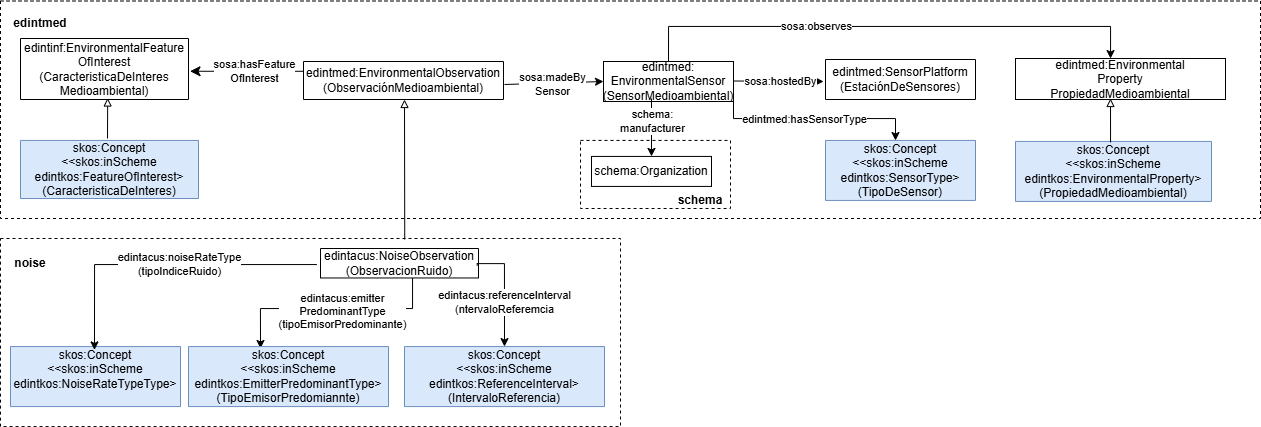
Earlier version of the draw.io export diagrams/diagram.png (oeg-upm/edint-ontologia-contaminacion-acustica). Source tidied: cells renumbered, new cells last; positions are measured from the earlier drawing's top-left corner, leaving out a move shared by most shapes. Source of this version:
```xml
<mxGraphModel>
  <root>
    <mxCell id="0" />
    <mxCell id="1" parent="0" />
    <mxCell id="2" style="rounded=0;whiteSpace=wrap;html=1;fillColor=none;dashed=1;" parent="1" vertex="1">
      <mxGeometry y="238" width="620" height="188.1" as="geometry" />
    </mxCell>
    <mxCell id="3" style="rounded=0;whiteSpace=wrap;html=1;fillColor=none;dashed=1;fontSize=12;" parent="1" vertex="1">
      <mxGeometry y="0.5" width="1260" height="217.5" as="geometry" />
    </mxCell>
    <mxCell id="4" value="edintmed:&lt;div&gt;EnvironmentalSensor (SensorMedioambiental)&lt;/div&gt;" style="rounded=0;whiteSpace=wrap;html=1;strokeColor=#000000;" parent="1" vertex="1">
      <mxGeometry x="603" y="61" width="130" height="40" as="geometry" />
    </mxCell>
    <mxCell id="5" style="endArrow=classic;html=1;rounded=0;entryX=0.5;entryY=0;entryDx=0;entryDy=0;edgeStyle=orthogonalEdgeStyle;" parent="1" edge="1" target="13">
      <mxGeometry relative="1" as="geometry">
        <mxPoint x="651" y="98" as="sourcePoint" />
      </mxGeometry>
    </mxCell>
    <mxCell id="6" value="schema:&lt;div&gt;manufacturer&lt;/div&gt;" style="edgeLabel;html=1;align=center;verticalAlign=middle;" parent="5" vertex="1">
      <mxGeometry x="-0.12" y="-1" relative="1" as="geometry">
        <mxPoint x="1" y="-3" as="offset" />
      </mxGeometry>
    </mxCell>
    <mxCell id="7" style="endArrow=none;html=1;rounded=0;exitX=0;exitY=0.5;exitDx=0;exitDy=0;fontSize=12;endFill=0;startArrow=classic;startFill=1;entryX=1.005;entryY=0.605;entryDx=0;entryDy=0;entryPerimeter=0;" parent="1" edge="1" source="4" target="17">
      <mxGeometry relative="1" as="geometry" />
    </mxCell>
    <mxCell id="8" value="sosa:madeBy&lt;div&gt;Sensor&lt;/div&gt;" style="edgeLabel;html=1;align=center;verticalAlign=middle;fontSize=11;" parent="7" vertex="1">
      <mxGeometry x="-0.27" y="1" relative="1" as="geometry">
        <mxPoint x="-16" as="offset" />
      </mxGeometry>
    </mxCell>
    <mxCell id="9" value="edintinf:EnvironmentalFeature&lt;div&gt;OfInterest&lt;br&gt;&lt;div&gt;(CaracteristicaDeInteres&lt;/div&gt;&lt;div&gt;Medioambiental)&lt;/div&gt;&lt;/div&gt;" style="verticalAlign=middle;align=center;vsdxID=334;shape=(stored shape, 160 characters);labelBackgroundColor=none;rounded=0;html=1;whiteSpace=wrap;fontSize=12;" parent="1" vertex="1">
      <mxGeometry x="20" y="38" width="168" height="61" as="geometry" />
    </mxCell>
    <mxCell id="10" style="edgeStyle=segmentEdgeStyle;endArrow=none;html=1;curved=0;rounded=0;endSize=8;startSize=8;sourcePerimeterSpacing=0;targetPerimeterSpacing=0;endFill=0;startArrow=classic;startFill=1;fontSize=12;exitX=1.009;exitY=0.537;exitDx=0;exitDy=0;exitPerimeter=0;entryX=0;entryY=0.579;entryDx=0;entryDy=0;entryPerimeter=0;" parent="1" edge="1" source="9" target="17">
      <mxGeometry relative="1" as="geometry" />
    </mxCell>
    <mxCell id="11" value="sosa:hasFeature&lt;div&gt;OfInterest&lt;/div&gt;" style="edgeLabel;html=1;align=center;verticalAlign=middle;fontSize=11;" parent="10" vertex="1">
      <mxGeometry x="0.5" y="-1" relative="1" as="geometry">
        <mxPoint x="-30" y="-1" as="offset" />
      </mxGeometry>
    </mxCell>
    <mxCell id="12" style="rounded=0;whiteSpace=wrap;html=1;fillColor=none;dashed=1;" parent="1" vertex="1">
      <mxGeometry x="580" y="139.9" width="150" height="68.1" as="geometry" />
    </mxCell>
    <mxCell id="13" value="schema:Organization" style="rounded=0;whiteSpace=wrap;html=1;snapToPoint=1;points=[[0.1,0],[0.2,0],[0.3,0],[0.4,0],[0.5,0],[0.6,0],[0.7,0],[0.8,0],[0.9,0],[0,0.1],[0,0.3],[0,0.5],[0,0.7],[0,0.9],[0.1,1],[0.2,1],[0.3,1],[0.4,1],[0.5,1],[0.6,1],[0.7,1],[0.8,1],[0.9,1],[1,0.1],[1,0.3],[1,0.5],[1,0.7],[1,0.9]];" parent="1" vertex="1">
      <mxGeometry x="591" y="155.9" width="120" height="30" as="geometry" />
    </mxCell>
    <mxCell id="14" value="schema" style="text;html=1;whiteSpace=wrap;strokeColor=none;fillColor=none;align=center;verticalAlign=middle;rounded=0;fontStyle=1;fontSize=12;" parent="1" vertex="1">
      <mxGeometry x="670" y="189.9" width="60" height="20" as="geometry" />
    </mxCell>
    <mxCell id="15" value="&lt;font style=&quot;color: rgb(0, 0, 0); direction: ltr; letter-spacing: 0px; line-height: 120%; opacity: 1;&quot;&gt;edintmed:SensorPlatform&lt;/font&gt;&lt;div&gt;&lt;font style=&quot;color: rgb(0, 0, 0); direction: ltr; letter-spacing: 0px; line-height: 120%; opacity: 1;&quot;&gt;(EstaciónDeSensores)&lt;/font&gt;&lt;/div&gt;" style="verticalAlign=middle;align=center;vsdxID=334;shape=(stored shape, 160 characters);labelBackgroundColor=none;rounded=0;html=1;whiteSpace=wrap;fontSize=12;strokeColor=#000000;" parent="1" vertex="1">
      <mxGeometry x="825" y="59" width="150" height="40" as="geometry" />
    </mxCell>
    <mxCell id="16" value="&lt;div&gt;skos:Concept&lt;/div&gt;&lt;div&gt;&amp;lt;&amp;lt;skos:inScheme edintkos:EnvironmentalProperty&amp;gt;&lt;/div&gt;&lt;div&gt;(PropiedadMedioambiental)&lt;/div&gt;" style="verticalAlign=middle;align=center;vsdxID=334;shape=(stored shape, 160 characters);labelBackgroundColor=none;rounded=0;html=1;whiteSpace=wrap;fillColor=#dae8fc;strokeColor=#6c8ebf;" parent="1" vertex="1">
      <mxGeometry x="1015" y="140.9" width="196" height="60" as="geometry" />
    </mxCell>
    <mxCell id="17" value="&lt;font style=&quot;color: rgb(0, 0, 0); direction: ltr; letter-spacing: 0px; line-height: 120%; opacity: 1;&quot;&gt;edintmed:EnvironmentalObservation&lt;/font&gt;&lt;div&gt;&lt;font style=&quot;color: rgb(0, 0, 0); direction: ltr; letter-spacing: 0px; line-height: 120%; opacity: 1;&quot;&gt;(ObservaciónMedioambiental)&lt;/font&gt;&lt;/div&gt;" style="verticalAlign=middle;align=center;vsdxID=334;shape=(stored shape, 160 characters);labelBackgroundColor=none;rounded=0;html=1;whiteSpace=wrap;fontSize=12;strokeColor=#000000;" parent="1" vertex="1">
      <mxGeometry x="303" y="61" width="200" height="38" as="geometry" />
    </mxCell>
    <mxCell id="18" value="&lt;div&gt;skos:Concept&lt;/div&gt;&lt;div&gt;&amp;lt;&amp;lt;skos:inScheme edintkos:SensorType&amp;gt;&lt;/div&gt;&lt;div&gt;(TipoDeSensor)&lt;/div&gt;" style="verticalAlign=middle;align=center;vsdxID=334;shape=(stored shape, 160 characters);labelBackgroundColor=none;rounded=0;html=1;whiteSpace=wrap;fillColor=#dae8fc;strokeColor=#6c8ebf;" parent="1" vertex="1">
      <mxGeometry x="825" y="139.9" width="150" height="60" as="geometry" />
    </mxCell>
    <mxCell id="19" style="edgeStyle=orthogonalEdgeStyle;rounded=0;jettySize=auto;html=1;entryX=0.36;entryY=0.032;entryDx=0;entryDy=0;entryPerimeter=0;" parent="1" edge="1" source="21" target="33">
      <mxGeometry relative="1" as="geometry">
        <Array as="points">
          <mxPoint x="412" y="308" />
          <mxPoint x="260" y="308" />
        </Array>
      </mxGeometry>
    </mxCell>
    <mxCell id="20" value="edintacus:emitter&lt;div&gt;PredominantType&lt;/div&gt;&lt;div&gt;(tipoEmisorPredominante)&lt;/div&gt;" style="edgeLabel;html=1;align=center;verticalAlign=middle;" parent="19" vertex="1">
      <mxGeometry x="-0.34" y="2" relative="1" as="geometry">
        <mxPoint x="-27" as="offset" />
      </mxGeometry>
    </mxCell>
    <mxCell id="21" value="&lt;font style=&quot;color: rgb(0, 0, 0); direction: ltr; letter-spacing: 0px; line-height: 120%; opacity: 1;&quot;&gt;&lt;span style=&quot;text-wrap-mode: nowrap; background-color: rgb(255, 255, 255);&quot;&gt;&lt;font&gt;edintacus&lt;/font&gt;&lt;/span&gt;:NoiseObservation&lt;/font&gt;&lt;div&gt;&lt;font style=&quot;color: rgb(0, 0, 0); direction: ltr; letter-spacing: 0px; line-height: 120%; opacity: 1;&quot;&gt;(ObservacionRuido)&lt;/font&gt;&lt;/div&gt;" style="verticalAlign=middle;align=center;vsdxID=334;shape=(stored shape, 160 characters);labelBackgroundColor=none;rounded=0;html=1;whiteSpace=wrap;fontSize=12;" parent="1" vertex="1">
      <mxGeometry x="320" y="248" width="158" height="29.5" as="geometry" />
    </mxCell>
    <mxCell id="22" style="endArrow=block;html=1;rounded=0;endFill=0;entryX=0.37;entryY=1;entryDx=0;entryDy=0;entryPerimeter=0;exitX=0.652;exitY=0.005;exitDx=0;exitDy=0;exitPerimeter=0;" parent="1" edge="1" source="2">
      <mxGeometry relative="1" as="geometry">
        <mxPoint x="404" y="99" as="targetPoint" />
      </mxGeometry>
    </mxCell>
    <mxCell id="23" value="noise" style="text;html=1;whiteSpace=wrap;strokeColor=none;fillColor=none;align=center;verticalAlign=middle;rounded=0;fontStyle=1;fontSize=12;" parent="1" vertex="1">
      <mxGeometry y="252.7" width="60" height="20" as="geometry" />
    </mxCell>
    <mxCell id="24" value="edintmed:Environmental&lt;div&gt;Property&lt;/div&gt;&lt;div&gt;PropiedadMedioambiental&lt;/div&gt;" style="rounded=0;whiteSpace=wrap;html=1;snapToPoint=1;points=[[0.1,0],[0.2,0],[0.3,0],[0.4,0],[0.5,0],[0.6,0],[0.7,0],[0.8,0],[0.9,0],[0,0.1],[0,0.3],[0,0.5],[0,0.7],[0,0.9],[0.1,1],[0.2,1],[0.3,1],[0.4,1],[0.5,1],[0.6,1],[0.7,1],[0.8,1],[0.9,1],[1,0.1],[1,0.3],[1,0.5],[1,0.7],[1,0.9]];" parent="1" vertex="1">
      <mxGeometry x="1015" y="58" width="210" height="41" as="geometry" />
    </mxCell>
    <mxCell id="25" value="&lt;div&gt;edintmed&lt;/div&gt;" style="text;html=1;whiteSpace=wrap;strokeColor=none;fillColor=none;align=center;verticalAlign=middle;rounded=0;fontStyle=1;fontSize=12;" parent="1" vertex="1">
      <mxGeometry x="10" y="8" width="60" height="30" as="geometry" />
    </mxCell>
    <mxCell id="26" style="endArrow=classic;html=1;rounded=0;entryX=-0.013;entryY=0.55;entryDx=0;entryDy=0;entryPerimeter=0;" parent="1" edge="1" target="15">
      <mxGeometry relative="1" as="geometry">
        <mxPoint x="733" y="80.5" as="sourcePoint" />
      </mxGeometry>
    </mxCell>
    <mxCell id="27" value="sosa:hostedBy" style="edgeLabel;html=1;align=center;verticalAlign=middle;" parent="26" vertex="1">
      <mxGeometry x="-0.09" relative="1" as="geometry">
        <mxPoint x="5" as="offset" />
      </mxGeometry>
    </mxCell>
    <mxCell id="28" style="endArrow=classic;html=1;rounded=0;exitX=1;exitY=0.75;exitDx=0;exitDy=0;edgeStyle=orthogonalEdgeStyle;" parent="1" edge="1" source="4">
      <mxGeometry relative="1" as="geometry">
        <mxPoint x="895" y="140" as="targetPoint" />
        <Array as="points">
          <mxPoint x="733" y="118" />
          <mxPoint x="895" y="118" />
        </Array>
      </mxGeometry>
    </mxCell>
    <mxCell id="29" value="edintmed:hasSensorType" style="edgeLabel;html=1;align=center;verticalAlign=middle;" parent="28" vertex="1">
      <mxGeometry x="-0.07" relative="1" as="geometry" />
    </mxCell>
    <mxCell id="30" style="edgeStyle=orthogonalEdgeStyle;rounded=0;jettySize=auto;html=1;fontColor=#009900;strokeColor=light-dark(#000000,#000000);jumpStyle=arc;exitX=0.5;exitY=0;exitDx=0;exitDy=0;entryX=0.457;entryY=0;entryDx=0;entryDy=0;entryPerimeter=0;" parent="1" edge="1" source="4" target="24">
      <mxGeometry relative="1" as="geometry">
        <Array as="points">
          <mxPoint x="668" y="26" />
          <mxPoint x="1110" y="26" />
        </Array>
      </mxGeometry>
    </mxCell>
    <mxCell id="31" value="sosa:observes" style="edgeLabel;html=1;align=center;verticalAlign=middle;" parent="30" vertex="1">
      <mxGeometry x="-0.03" y="1" relative="1" as="geometry">
        <mxPoint x="-64" y="1" as="offset" />
      </mxGeometry>
    </mxCell>
    <mxCell id="32" value="&lt;div&gt;skos:Concept&lt;/div&gt;&lt;div&gt;&amp;lt;&amp;lt;skos:inScheme edintkos:NoiseRateTypeType&amp;gt;&lt;/div&gt;&lt;div&gt;&lt;br&gt;&lt;/div&gt;" style="verticalAlign=middle;align=center;vsdxID=334;shape=(stored shape, 160 characters);labelBackgroundColor=none;rounded=0;html=1;whiteSpace=wrap;fillColor=#dae8fc;strokeColor=#6c8ebf;" parent="1" vertex="1">
      <mxGeometry x="10" y="346.1" width="170" height="60" as="geometry" />
    </mxCell>
    <mxCell id="33" value="&lt;div&gt;skos:Concept&lt;/div&gt;&lt;div&gt;&amp;lt;&amp;lt;skos:inScheme edintkos:EmitterPredominantType&amp;gt;&lt;/div&gt;&lt;div&gt;(TipoEmisorPredomiannte)&lt;/div&gt;" style="verticalAlign=middle;align=center;vsdxID=334;shape=(stored shape, 160 characters);labelBackgroundColor=none;rounded=0;html=1;whiteSpace=wrap;fillColor=#dae8fc;strokeColor=#6c8ebf;" parent="1" vertex="1">
      <mxGeometry x="188" y="346.1" width="200" height="60" as="geometry" />
    </mxCell>
    <mxCell id="34" value="&lt;div&gt;skos:Concept&lt;/div&gt;&lt;div&gt;&amp;lt;&amp;lt;skos:inScheme edintkos:ReferenceInterval&amp;gt;&lt;/div&gt;&lt;div&gt;(IntervaloReferencia)&lt;/div&gt;" style="verticalAlign=middle;align=center;vsdxID=334;shape=(stored shape, 160 characters);labelBackgroundColor=none;rounded=0;html=1;whiteSpace=wrap;fillColor=#dae8fc;strokeColor=#6c8ebf;" parent="1" vertex="1">
      <mxGeometry x="404" y="346.1" width="200" height="60" as="geometry" />
    </mxCell>
    <mxCell id="35" style="endArrow=classic;html=1;rounded=0;edgeStyle=orthogonalEdgeStyle;exitX=-0.023;exitY=0.545;exitDx=0;exitDy=0;exitPerimeter=0;entryX=0.494;entryY=0.056;entryDx=0;entryDy=0;entryPerimeter=0;" parent="1" edge="1" source="21" target="32">
      <mxGeometry relative="1" as="geometry" />
    </mxCell>
    <mxCell id="36" value="edintacus:noiseRateType&lt;div&gt;(tipoIndiceRuido)&lt;/div&gt;" style="edgeLabel;html=1;align=center;verticalAlign=middle;" parent="35" vertex="1">
      <mxGeometry x="-0.1" y="-1" relative="1" as="geometry" />
    </mxCell>
    <mxCell id="37" style="endArrow=classic;html=1;rounded=0;entryX=0.5;entryY=0;entryDx=0;entryDy=0;entryPerimeter=0;exitX=0.992;exitY=0.579;exitDx=0;exitDy=0;exitPerimeter=0;edgeStyle=orthogonalEdgeStyle;" parent="1" edge="1" source="21" target="34">
      <mxGeometry relative="1" as="geometry">
        <Array as="points">
          <mxPoint x="477" y="263.1" />
          <mxPoint x="504" y="263.1" />
        </Array>
      </mxGeometry>
    </mxCell>
    <mxCell id="38" value="edintacus:referenceI&lt;span style=&quot;background-color: light-dark(#ffffff, var(--ge-dark-color, #121212)); color: light-dark(rgb(0, 0, 0), rgb(255, 255, 255));&quot;&gt;nterval&lt;/span&gt;&lt;div&gt;(ntervaloReferemcia&lt;/div&gt;" style="edgeLabel;html=1;align=center;verticalAlign=middle;" parent="37" vertex="1">
      <mxGeometry x="-0.15" relative="1" as="geometry">
        <mxPoint y="20" as="offset" />
      </mxGeometry>
    </mxCell>
    <mxCell id="39" value="&lt;div&gt;skos:Concept&lt;/div&gt;&lt;div&gt;&amp;lt;&amp;lt;skos:inScheme edintkos:FeatureOfInterest&lt;span style=&quot;background-color: transparent; color: light-dark(rgb(0, 0, 0), rgb(255, 255, 255));&quot;&gt;&amp;gt;&lt;/span&gt;&lt;/div&gt;&lt;div&gt;(CaracteristicaDeInteres)&lt;/div&gt;" style="verticalAlign=middle;align=center;vsdxID=334;shape=(stored shape, 160 characters);labelBackgroundColor=none;rounded=0;html=1;whiteSpace=wrap;fillColor=#dae8fc;strokeColor=#6c8ebf;" parent="1" vertex="1">
      <mxGeometry x="20" y="139.9" width="178" height="58.1" as="geometry" />
    </mxCell>
    <mxCell id="40" style="endArrow=block;html=1;rounded=0;entryX=0.519;entryY=0.975;entryDx=0;entryDy=0;entryPerimeter=0;endFill=0;" parent="1" edge="1" target="9">
      <mxGeometry relative="1" as="geometry">
        <mxPoint x="107" y="138" as="sourcePoint" />
      </mxGeometry>
    </mxCell>
    <mxCell id="41" style="endArrow=block;html=1;rounded=0;endFill=0;exitX=0.485;exitY=0.017;exitDx=0;exitDy=0;exitPerimeter=0;" parent="1" edge="1" source="16">
      <mxGeometry relative="1" as="geometry">
        <mxPoint x="1110" y="98" as="targetPoint" />
      </mxGeometry>
    </mxCell>
  </root>
</mxGraphModel>
```
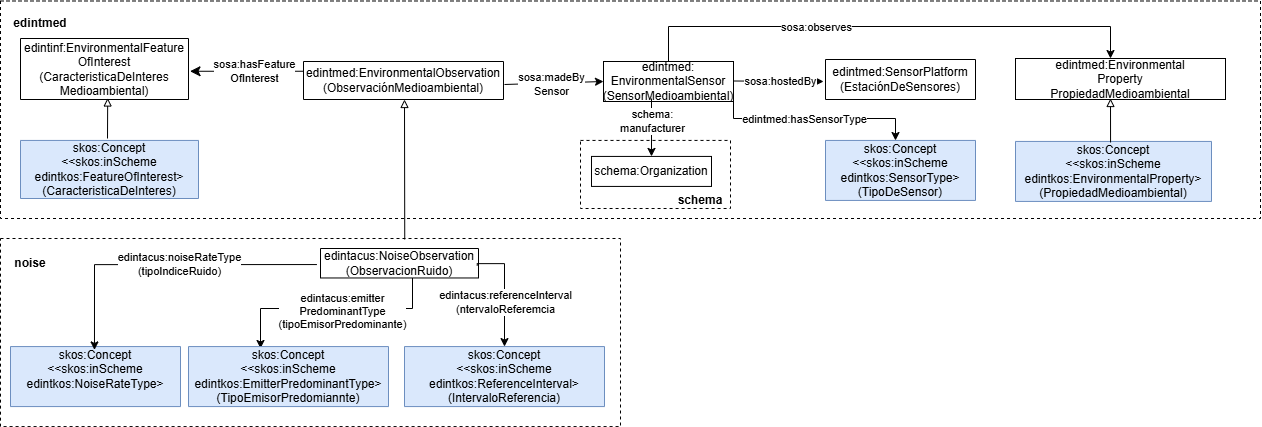
After the change.

Commit message:
typo corrected

What changed in the source:
```diff
@@ -126,7 +126,7 @@
         <mxPoint x="-64" y="1" as="offset" />
       </mxGeometry>
     </mxCell>
-    <mxCell id="32" value="&lt;div&gt;skos:Concept&lt;/div&gt;&lt;div&gt;&amp;lt;&amp;lt;skos:inScheme edintkos:NoiseRateTypeType&amp;gt;&lt;/div&gt;&lt;div&gt;&lt;br&gt;&lt;/div&gt;" style="verticalAlign=middle;align=center;vsdxID=334;shape=(stored shape, 160 characters);labelBackgroundColor=none;rounded=0;html=1;whiteSpace=wrap;fillColor=#dae8fc;strokeColor=#6c8ebf;" parent="1" vertex="1">
+    <mxCell id="32" value="&lt;div&gt;skos:Concept&lt;/div&gt;&lt;div&gt;&amp;lt;&amp;lt;skos:inScheme edintkos:NoiseRateType&amp;gt;&lt;/div&gt;&lt;div&gt;&lt;br&gt;&lt;/div&gt;" style="verticalAlign=middle;align=center;vsdxID=334;shape=(stored shape, 160 characters);labelBackgroundColor=none;rounded=0;html=1;whiteSpace=wrap;fillColor=#dae8fc;strokeColor=#6c8ebf;" parent="1" vertex="1">
       <mxGeometry x="10" y="346.1" width="170" height="60" as="geometry" />
     </mxCell>
     <mxCell id="33" value="&lt;div&gt;skos:Concept&lt;/div&gt;&lt;div&gt;&amp;lt;&amp;lt;skos:inScheme edintkos:EmitterPredominantType&amp;gt;&lt;/div&gt;&lt;div&gt;(TipoEmisorPredomiannte)&lt;/div&gt;" style="verticalAlign=middle;align=center;vsdxID=334;shape=(stored shape, 160 characters);labelBackgroundColor=none;rounded=0;html=1;whiteSpace=wrap;fillColor=#dae8fc;strokeColor=#6c8ebf;" parent="1" vertex="1">
```
